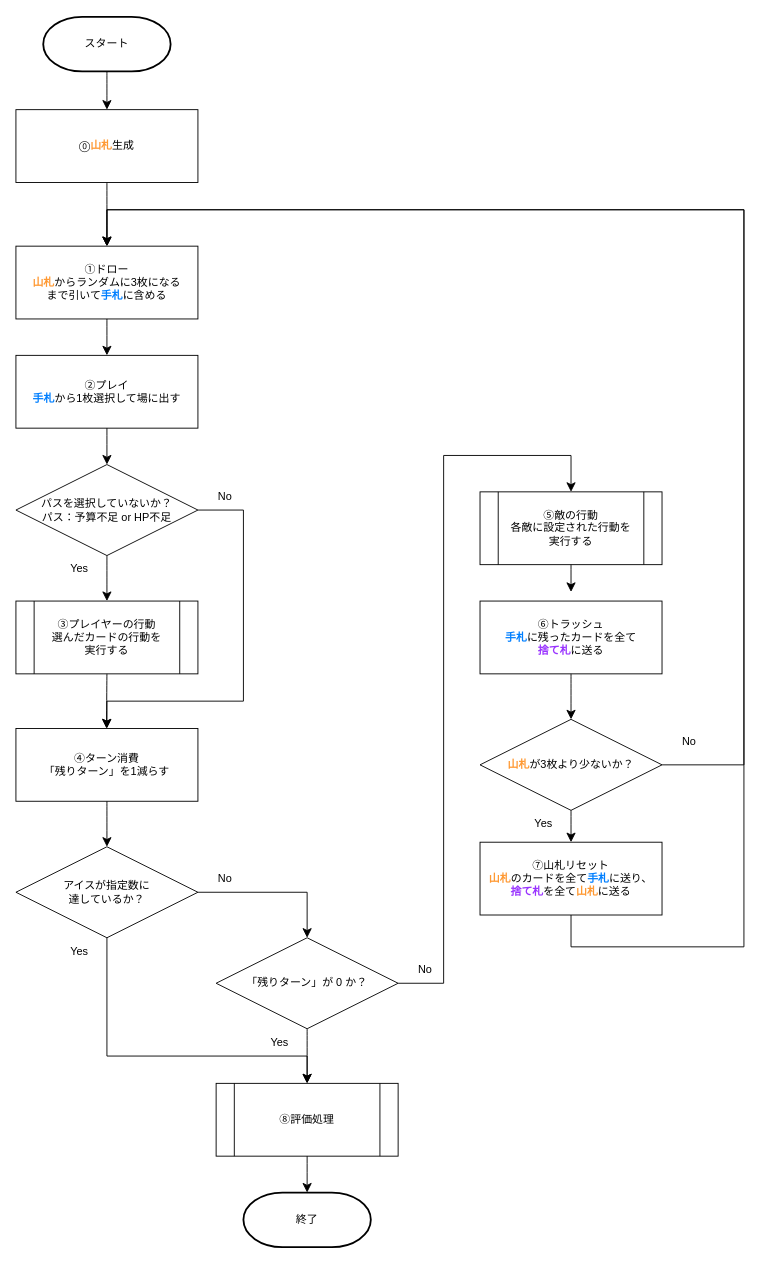
This is CardGameStructure/flow_chart.drawio from ehime-iyokan/DrawIO, a draw.io file, before an edit. Source tidied: cells renumbered, new cells numbered last; positions are measured from the earlier drawing's top-left corner, leaving out a move shared by most shapes. Both pictures are drawn from the tidied source at 91%, with x=0, y=0 at pixel (-39, 16).
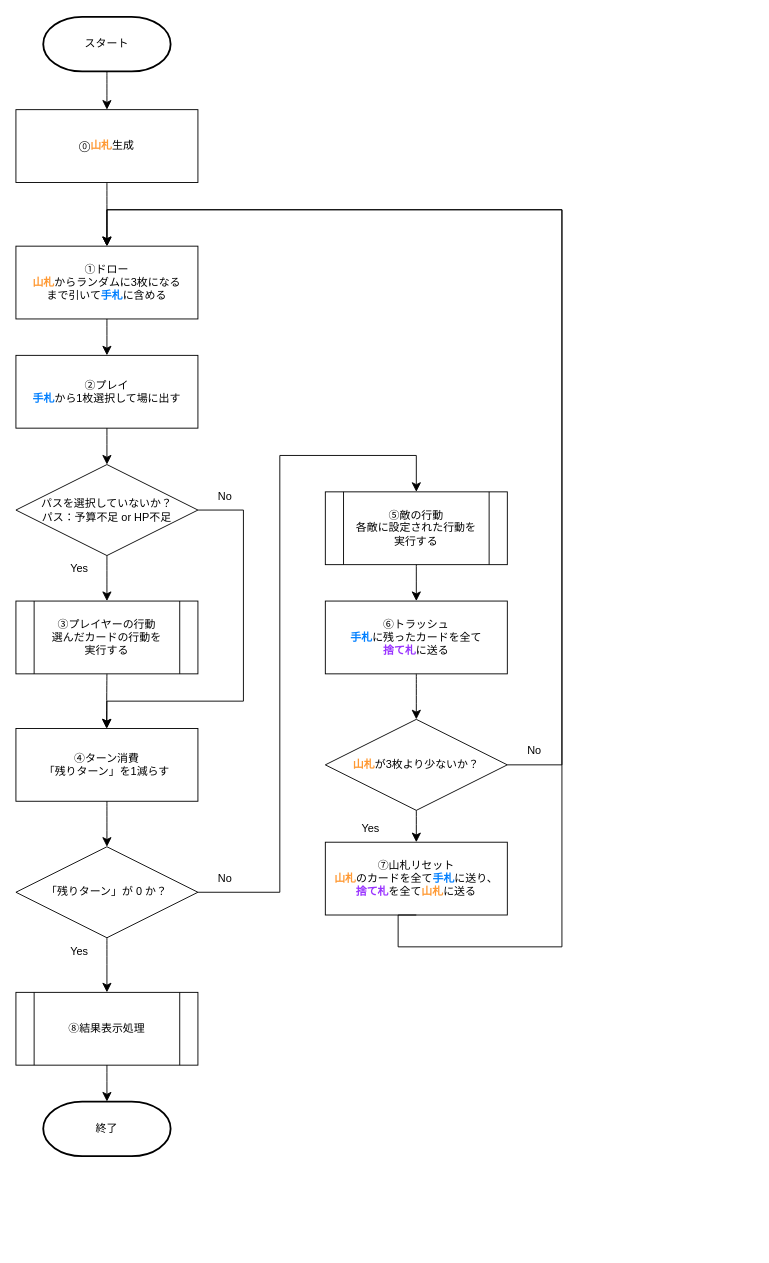
Above is the later version.

Commit message:
flow_chart_fix:要望に合わせて修正

The change refers to these unchanged cells:
```xml
<mxCell id="8" value="&lt;div&gt;①ドロー&lt;/div&gt;&lt;div&gt;&lt;b&gt;&lt;span style=&quot;color: rgb(255, 153, 51);&quot;&gt;山札&lt;/span&gt;&lt;/b&gt;からランダムに3枚になる&lt;/div&gt;&lt;div&gt;まで引いて&lt;b&gt;&lt;span style=&quot;color: rgb(0, 127, 255);&quot;&gt;手札&lt;/span&gt;&lt;/b&gt;に含める&lt;/div&gt;" style="rounded=0;whiteSpace=wrap;html=1;fillColor=#FFFFFF;" parent="1" vertex="1">
  <mxGeometry x="60" y="252" width="200" height="80" as="geometry" />
</mxCell>
```

Diff of the diagram source:
```diff
@@
-    <mxCell id="22" value="&lt;div&gt;「残りターン」が 0 か？&lt;/div&gt;" style="rhombus;whiteSpace=wrap;html=1;" parent="1" vertex="1">
-      <mxGeometry x="280" y="1012" width="200" height="100" as="geometry" />
-    </mxCell>
-    <mxCell id="23" value="&lt;div&gt;⑧評価処理&lt;/div&gt;" style="shape=process;whiteSpace=wrap;html=1;backgroundOutline=1;" parent="1" vertex="1">
-      <mxGeometry x="280" y="1172" width="200" height="80" as="geometry" />
+    <mxCell id="23" value="&lt;div&gt;⑧結果表示処理&lt;/div&gt;" style="shape=process;whiteSpace=wrap;html=1;backgroundOutline=1;" parent="1" vertex="1">
+      <mxGeometry x="60" y="1072" width="200" height="80" as="geometry" />
     </mxCell>
     <mxCell id="24" value="⑥トラッシュ&lt;div&gt;&lt;b&gt;&lt;span style=&quot;color: rgb(0, 127, 255);&quot;&gt;手札&lt;/span&gt;&lt;/b&gt;に残ったカードを全て&lt;/div&gt;&lt;div&gt;&lt;b&gt;&lt;span style=&quot;color: rgb(153, 51, 255);&quot;&gt;捨て札&lt;/span&gt;&lt;/b&gt;に送る&lt;/div&gt;" style="rounded=0;whiteSpace=wrap;html=1;" parent="1" vertex="1">
-      <mxGeometry x="570" y="642" width="200" height="80" as="geometry" />
+      <mxGeometry x="400" y="642" width="200" height="80" as="geometry" />
     </mxCell>
     <mxCell id="25" value="⑦山札リセット&lt;div&gt;&lt;b&gt;&lt;span style=&quot;color: rgb(255, 153, 51);&quot;&gt;山札&lt;/span&gt;&lt;/b&gt;のカードを全て&lt;b&gt;&lt;span style=&quot;color: rgb(0, 127, 255);&quot;&gt;手札&lt;/span&gt;&lt;/b&gt;に送り、&lt;/div&gt;&lt;div&gt;&lt;b&gt;&lt;span style=&quot;color: rgb(153, 51, 255);&quot;&gt;捨て札&lt;/span&gt;&lt;/b&gt;を全て&lt;b&gt;&lt;span style=&quot;color: rgb(255, 153, 51);&quot;&gt;山札&lt;/span&gt;&lt;/b&gt;に送る&lt;/div&gt;" style="rounded=0;whiteSpace=wrap;html=1;" parent="1" vertex="1">
-      <mxGeometry x="570" y="907" width="200" height="80" as="geometry" />
+      <mxGeometry x="400" y="907" width="200" height="80" as="geometry" />
     </mxCell>
     <mxCell id="26" value="&lt;b&gt;&lt;span style=&quot;color: rgb(255, 153, 51);&quot;&gt;山札&lt;/span&gt;&lt;/b&gt;が3枚より少ないか？" style="rhombus;whiteSpace=wrap;html=1;" parent="1" vertex="1">
-      <mxGeometry x="570" y="772" width="200" height="100" as="geometry" />
+      <mxGeometry x="400" y="772" width="200" height="100" as="geometry" />
     </mxCell>
     <mxCell id="27" value="Yes" style="text;html=1;align=center;verticalAlign=middle;whiteSpace=wrap;rounded=0;" parent="1" vertex="1">
-      <mxGeometry x="610" y="872" width="60" height="30" as="geometry" />
+      <mxGeometry x="420" y="877" width="60" height="30" as="geometry" />
     </mxCell>
     <mxCell id="28" value="No" style="text;html=1;align=center;verticalAlign=middle;whiteSpace=wrap;rounded=0;" parent="1" vertex="1">
-      <mxGeometry x="770" y="782" width="60" height="30" as="geometry" />
+      <mxGeometry x="600" y="792" width="60" height="30" as="geometry" />
     </mxCell>
@@
     <mxCell id="31" style="edgeStyle=segmentEdgeStyle;endArrow=classic;html=1;curved=0;rounded=0;endSize=8;startSize=8;fontSize=12;exitX=1;exitY=0.5;exitDx=0;exitDy=0;entryX=0.5;entryY=0;entryDx=0;entryDy=0;" parent="1" edge="1" source="26" target="8">
       <mxGeometry relative="1" as="geometry">
         <Array as="points">
-          <mxPoint x="860" y="822" />
-          <mxPoint x="860" y="212" />
+          <mxPoint x="660" y="822" />
+          <mxPoint x="660" y="212" />
           <mxPoint x="160" y="212" />
         </Array>
       </mxGeometry>
     </mxCell>
     <mxCell id="32" style="edgeStyle=segmentEdgeStyle;endArrow=classic;html=1;curved=0;rounded=0;endSize=8;startSize=8;fontSize=12;exitX=0.5;exitY=1;exitDx=0;exitDy=0;entryX=0.5;entryY=0;entryDx=0;entryDy=0;" parent="1" edge="1" source="25" target="8">
       <mxGeometry relative="1" as="geometry">
         <Array as="points">
-          <mxPoint x="670" y="1022" />
-          <mxPoint x="860" y="1022" />
-          <mxPoint x="860" y="212" />
+          <mxPoint x="480" y="1022" />
+          <mxPoint x="660" y="1022" />
+          <mxPoint x="660" y="212" />
           <mxPoint x="160" y="212" />
         </Array>
       </mxGeometry>
     </mxCell>
     <mxCell id="33" value="終了" style="strokeWidth=2;html=1;shape=mxgraph.flowchart.terminator;whiteSpace=wrap;" parent="1" vertex="1">
-      <mxGeometry x="310" y="1292" width="140" height="60" as="geometry" />
+      <mxGeometry x="90" y="1192" width="140" height="60" as="geometry" />
     </mxCell>
@@
     <mxCell id="36" value="⑤敵の行動&lt;div&gt;各敵に設定された行動を&lt;/div&gt;&lt;div&gt;実行する&lt;/div&gt;" style="shape=process;whiteSpace=wrap;html=1;backgroundOutline=1;" parent="1" vertex="1">
-      <mxGeometry x="570" y="522" width="200" height="80" as="geometry" />
+      <mxGeometry x="400" y="522" width="200" height="80" as="geometry" />
     </mxCell>
-    <mxCell id="37" value="&lt;div&gt;アイスが指定数に&lt;/div&gt;&lt;div&gt;達しているか？&lt;/div&gt;" style="rhombus;whiteSpace=wrap;html=1;" parent="1" vertex="1">
+    <mxCell id="37" value="&lt;div&gt;「残りターン」が 0 か？&lt;/div&gt;" style="rhombus;whiteSpace=wrap;html=1;" parent="1" vertex="1">
       <mxGeometry x="60" y="912" width="200" height="100" as="geometry" />
     </mxCell>
@@
-    <mxCell id="39" style="edgeStyle=segmentEdgeStyle;endArrow=classic;html=1;curved=0;rounded=0;endSize=8;startSize=8;entryX=0.5;entryY=0;entryDx=0;entryDy=0;" parent="1" edge="1" target="23">
-      <mxGeometry relative="1" as="geometry">
-        <mxPoint x="160" y="1012" as="sourcePoint" />
-        <Array as="points">
-          <mxPoint x="160" y="1142" />
-          <mxPoint x="380" y="1142" />
-        </Array>
-      </mxGeometry>
-    </mxCell>
-    <mxCell id="40" style="endArrow=classic;html=1;rounded=0;fontSize=12;startSize=8;endSize=8;curved=1;exitX=0.5;exitY=1;exitDx=0;exitDy=0;entryX=0.5;entryY=0;entryDx=0;entryDy=0;" parent="1" edge="1" source="22" target="23">
+    <mxCell id="40" style="endArrow=classic;html=1;rounded=0;fontSize=12;startSize=8;endSize=8;curved=1;entryX=0.5;entryY=0;entryDx=0;entryDy=0;exitX=0.5;exitY=1;exitDx=0;exitDy=0;" parent="1" edge="1" source="37" target="23">
       <mxGeometry relative="1" as="geometry" />
     </mxCell>
-    <mxCell id="41" style="edgeStyle=segmentEdgeStyle;endArrow=classic;html=1;curved=0;rounded=0;endSize=8;startSize=8;exitX=1;exitY=0.5;exitDx=0;exitDy=0;entryX=0.5;entryY=0;entryDx=0;entryDy=0;" parent="1" edge="1" source="22" target="36">
+    <mxCell id="41" style="edgeStyle=segmentEdgeStyle;endArrow=classic;html=1;curved=0;rounded=0;endSize=8;startSize=8;exitX=1;exitY=0.5;exitDx=0;exitDy=0;entryX=0.5;entryY=0;entryDx=0;entryDy=0;" parent="1" edge="1" source="37" target="36">
       <mxGeometry relative="1" as="geometry">
         <Array as="points">
-          <mxPoint x="530" y="1062" />
-          <mxPoint x="530" y="482" />
-          <mxPoint x="670" y="482" />
+          <mxPoint x="350" y="962" />
+          <mxPoint x="350" y="482" />
+          <mxPoint x="500" y="482" />
         </Array>
       </mxGeometry>
     </mxCell>
-    <mxCell id="42" value="No" style="text;html=1;align=center;verticalAlign=middle;whiteSpace=wrap;rounded=0;" parent="1" vertex="1">
-      <mxGeometry x="480" y="1032" width="60" height="30" as="geometry" />
-    </mxCell>
     <mxCell id="43" value="Yes" style="text;html=1;align=center;verticalAlign=middle;whiteSpace=wrap;rounded=0;" parent="1" vertex="1">
-      <mxGeometry x="320" y="1112" width="60" height="30" as="geometry" />
+      <mxGeometry x="100" y="1012" width="60" height="30" as="geometry" />
     </mxCell>
-    <mxCell id="44" style="edgeStyle=segmentEdgeStyle;endArrow=classic;html=1;curved=0;rounded=0;endSize=8;startSize=8;" parent="1" edge="1" source="37" target="22">
-      <mxGeometry relative="1" as="geometry" />
-    </mxCell>
-    <mxCell id="45" value="Yes" style="text;html=1;align=center;verticalAlign=middle;whiteSpace=wrap;rounded=0;" parent="1" vertex="1">
-      <mxGeometry x="100" y="1012" width="60" height="30" as="geometry" />
-    </mxCell>
@@
-    <mxCell id="47" style="endArrow=classic;html=1;rounded=0;fontSize=12;startSize=8;endSize=8;curved=1;exitX=0.5;exitY=1;exitDx=0;exitDy=0;" parent="1" edge="1" source="36">
-      <mxGeometry relative="1" as="geometry">
-        <mxPoint x="670" y="632" as="targetPoint" />
-      </mxGeometry>
+    <mxCell id="47" style="endArrow=classic;html=1;rounded=0;fontSize=12;startSize=8;endSize=8;curved=1;exitX=0.5;exitY=1;exitDx=0;exitDy=0;entryX=0.5;entryY=0;entryDx=0;entryDy=0;" parent="1" edge="1" source="36" target="24">
+      <mxGeometry relative="1" as="geometry" />
     </mxCell>
```
